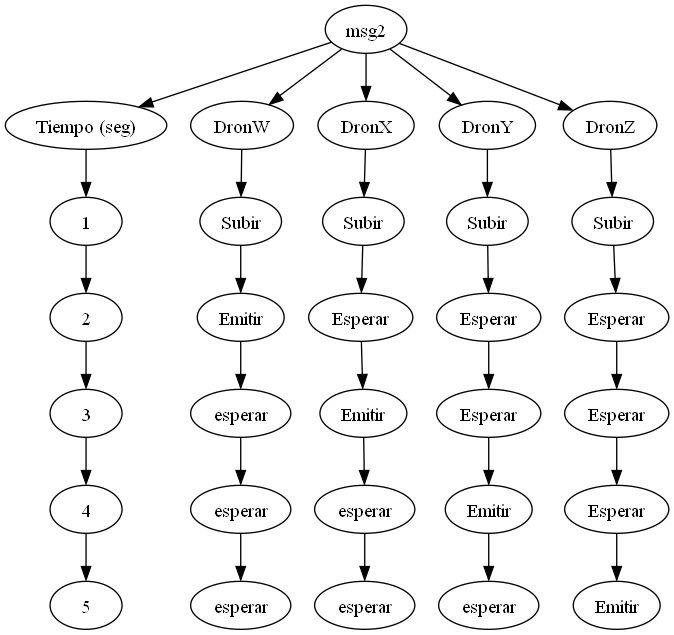
Above: Instrucciones.gv.png in Fercho9134/IPC2_Proyecto2_202200349 (Graphviz), before the change. Its source is kept beside it as Instrucciones.gv.
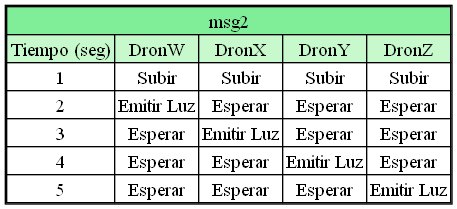
The same file after the commit.

Diff of the diagram source:
```diff
@@ -1,63 +1,3 @@
 digraph "Instrucciones para transmitir mensajes" {
-	msg2 [label=msg2]
-	msg2tiempo [label="Tiempo (seg)"]
-	msg2 -> msg2tiempo
-	msg2tiempo1 [label=1]
-	msg2tiempo -> msg2tiempo1
-	msg2tiempo2 [label=2]
-	msg2tiempo1 -> msg2tiempo2
-	msg2tiempo3 [label=3]
-	msg2tiempo2 -> msg2tiempo3
-	msg2tiempo4 [label=4]
-	msg2tiempo3 -> msg2tiempo4
-	msg2tiempo5 [label=5]
-	msg2tiempo4 -> msg2tiempo5
-	1765919287120 [label=DronW]
-	msg2 -> 1765919287120
-	1765919337808 [label=Subir]
-	1765919287120 -> 1765919337808
-	1765919337488 [label=Emitir]
-	1765919337808 -> 1765919337488
-	1765919338320 [label=esperar]
-	1765919337488 -> 1765919338320
-	1765919340368 [label=esperar]
-	1765919338320 -> 1765919340368
-	1765919340624 [label=esperar]
-	1765919340368 -> 1765919340624
-	1765919287440 [label=DronX]
-	msg2 -> 1765919287440
-	1765919340560 [label=Subir]
-	1765919287440 -> 1765919340560
-	1765919359824 [label=Esperar]
-	1765919340560 -> 1765919359824
-	1765919359952 [label=Emitir]
-	1765919359824 -> 1765919359952
-	1765919360080 [label=esperar]
-	1765919359952 -> 1765919360080
-	1765919360208 [label=esperar]
-	1765919360080 -> 1765919360208
-	1765919287760 [label=DronY]
-	msg2 -> 1765919287760
-	1765919360336 [label=Subir]
-	1765919287760 -> 1765919360336
-	1765919360464 [label=Esperar]
-	1765919360336 -> 1765919360464
-	1765919360592 [label=Esperar]
-	1765919360464 -> 1765919360592
-	1765919360720 [label=Emitir]
-	1765919360592 -> 1765919360720
-	1765919360848 [label=esperar]
-	1765919360720 -> 1765919360848
-	1765919288144 [label=DronZ]
-	msg2 -> 1765919288144
-	1765919360976 [label=Subir]
-	1765919288144 -> 1765919360976
-	1765919361104 [label=Esperar]
-	1765919360976 -> 1765919361104
-	1765919361232 [label=Esperar]
-	1765919361104 -> 1765919361232
-	1765919361360 [label=Esperar]
-	1765919361232 -> 1765919361360
-	1765919361488 [label=Emitir]
-	1765919361360 -> 1765919361488
+	1407531092816 [label=<<table border='1' cellborder='1' cellspacing='0'><tr><td bgcolor = '#80ed99' colspan='5'>msg2</td></tr><tr><td bgcolor='#c7f9cc'>Tiempo (seg)</td><td bgcolor = '#c7f9cc'>DronW</td><td bgcolor = '#c7f9cc'>DronX</td><td bgcolor = '#c7f9cc'>DronY</td><td bgcolor = '#c7f9cc'>DronZ</td></tr><tr><td bgcolor='#ffffff'>1</td><td bgcolor='#ffffff'>Subir</td><td bgcolor='#ffffff'>Subir</td><td bgcolor='#ffffff'>Subir</td><td bgcolor='#ffffff'>Subir</td></tr><tr><td bgcolor='#ffffff'>2</td><td bgcolor='#ffffff'>Emitir Luz</td><td bgcolor='#ffffff'>Esperar</td><td bgcolor='#ffffff'>Esperar</td><td bgcolor='#ffffff'>Esperar</td></tr><tr><td bgcolor='#ffffff'>3</td><td bgcolor='#ffffff'>Esperar</td><td bgcolor='#ffffff'>Emitir Luz</td><td bgcolor='#ffffff'>Esperar</td><td bgcolor='#ffffff'>Esperar</td></tr><tr><td bgcolor='#ffffff'>4</td><td bgcolor='#ffffff'>Esperar</td><td bgcolor='#ffffff'>Esperar</td><td bgcolor='#ffffff'>Emitir Luz</td><td bgcolor='#ffffff'>Esperar</td></tr><tr><td bgcolor='#ffffff'>5</td><td bgcolor='#ffffff'>Esperar</td><td bgcolor='#ffffff'>Esperar</td><td bgcolor='#ffffff'>Esperar</td><td bgcolor='#ffffff'>Emitir Luz</td></tr></table>> margin=0 shape=none]
 }
```
